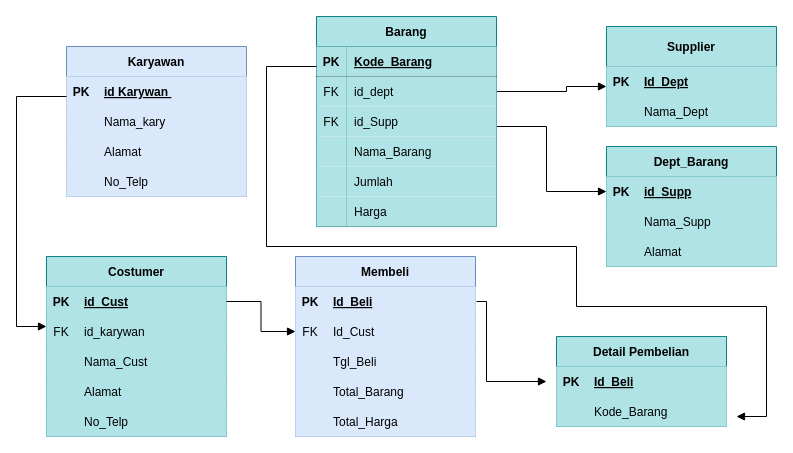
Earlier version of the draw.io diagram Diagram Tanpa Judul.drawio (NayaRPL/db1_usb). Source tidied: cells renumbered, new cells numbered last; positions are measured from the earlier drawing's top-left corner, leaving out a move shared by most shapes. Both pictures are drawn from the tidied source at 100%, with x=0, y=0 at pixel (16, 16).
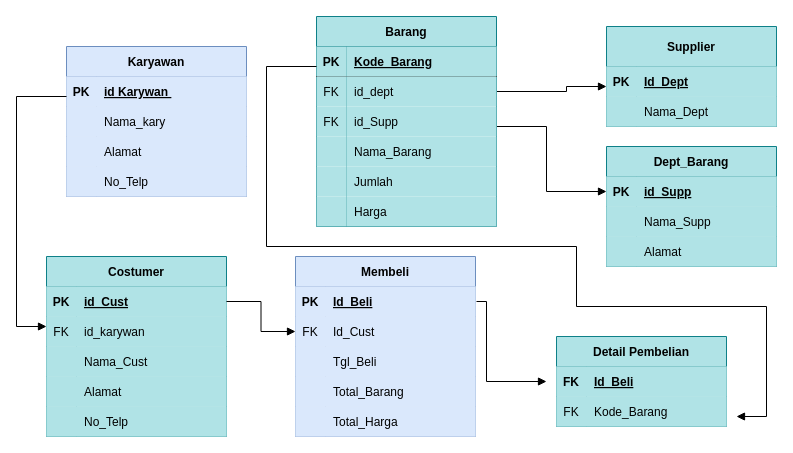
Above is the later version.

The change refers to these unchanged cells:
```xml
<mxCell id="48" style="shape=tableRow;horizontal=0;startSize=0;swimlaneHead=0;swimlaneBody=0;top=0;left=0;right=0;bottom=0;fillColor=#b0e3e6;strokeColor=#0e8088;" parent="47" vertex="1">
  <mxGeometry y="30" width="170" height="30" as="geometry" />
</mxCell>
<mxCell id="51" style="shape=tableRow;horizontal=0;startSize=0;swimlaneHead=0;swimlaneBody=0;top=0;left=0;right=0;bottom=0;fillColor=#b0e3e6;strokeColor=#0e8088;" parent="47" vertex="1">
  <mxGeometry y="60" width="170" height="30" as="geometry" />
</mxCell>
```

Change to the diagram source:
```diff
@@
-    <mxCell id="49" value="PK" style="shape=partialRectangle;top=0;left=0;bottom=0;right=0;fontStyle=1;overflow=hidden;fillColor=#b0e3e6;strokeColor=#0e8088;" parent="48" vertex="1">
+    <mxCell id="49" value="FK" style="shape=partialRectangle;top=0;left=0;bottom=0;right=0;fontStyle=1;overflow=hidden;fillColor=#b0e3e6;strokeColor=#0e8088;" parent="48" vertex="1">
       <mxGeometry width="30" height="30" as="geometry" />
     </mxCell>
@@
-    <mxCell id="52" style="shape=partialRectangle;top=0;left=0;bottom=0;right=0;overflow=hidden;fillColor=#b0e3e6;strokeColor=#0e8088;" parent="51" vertex="1">
+    <mxCell id="52" value="FK" style="shape=partialRectangle;top=0;left=0;bottom=0;right=0;overflow=hidden;fillColor=#b0e3e6;strokeColor=#0e8088;" parent="51" vertex="1">
       <mxGeometry width="30" height="30" as="geometry" />
     </mxCell>
```
